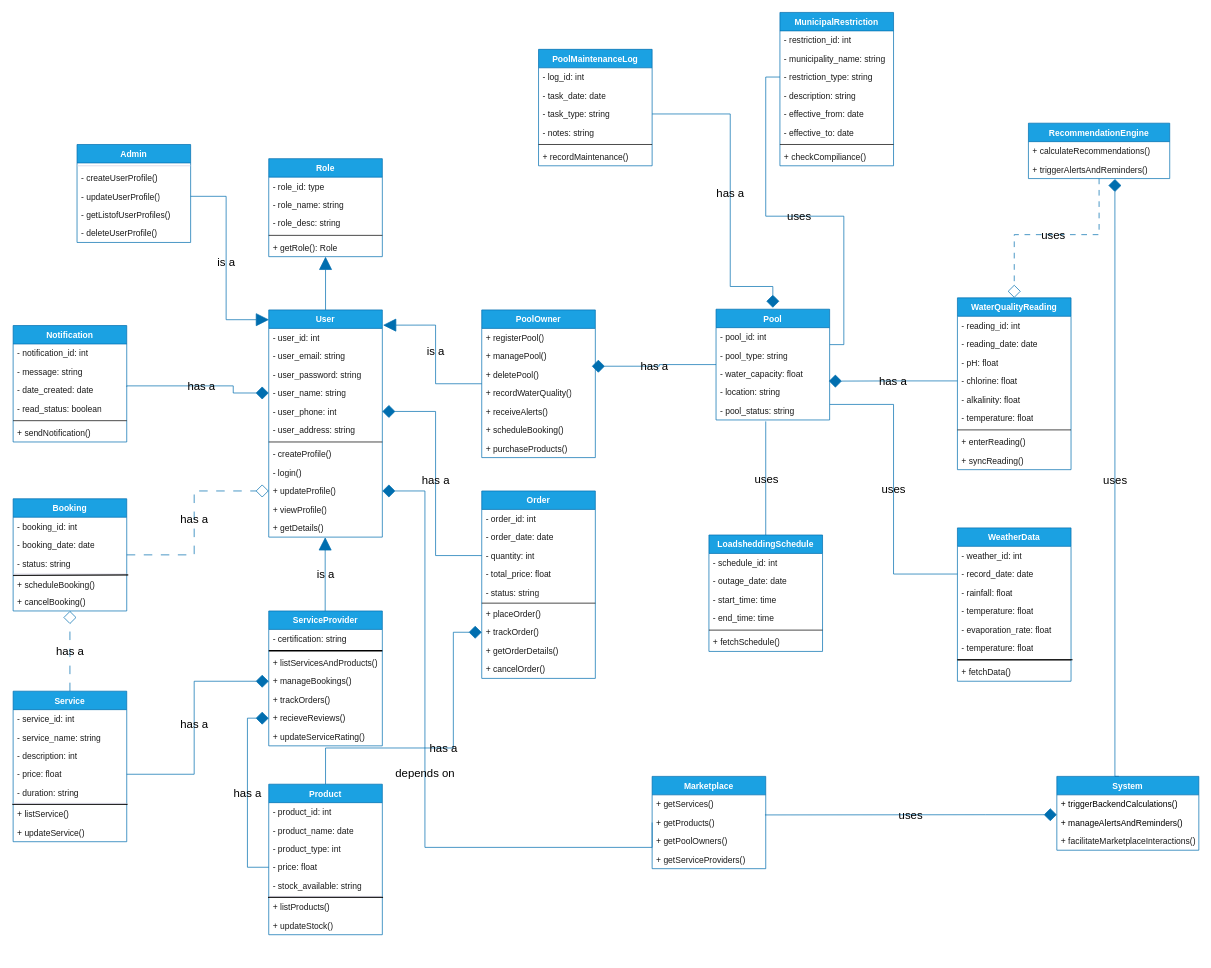
The draw.io diagram Design/UML Diagram - Copy.drawio in LRedpathZA/IT-Project, before the edit. Source tidied: cells renumbered, new cells numbered last; positions are measured from the earlier drawing's top-left corner, leaving out a move shared by most shapes. Both pictures are drawn from the tidied source at 71%, with x=0, y=0 at pixel (12, 12).
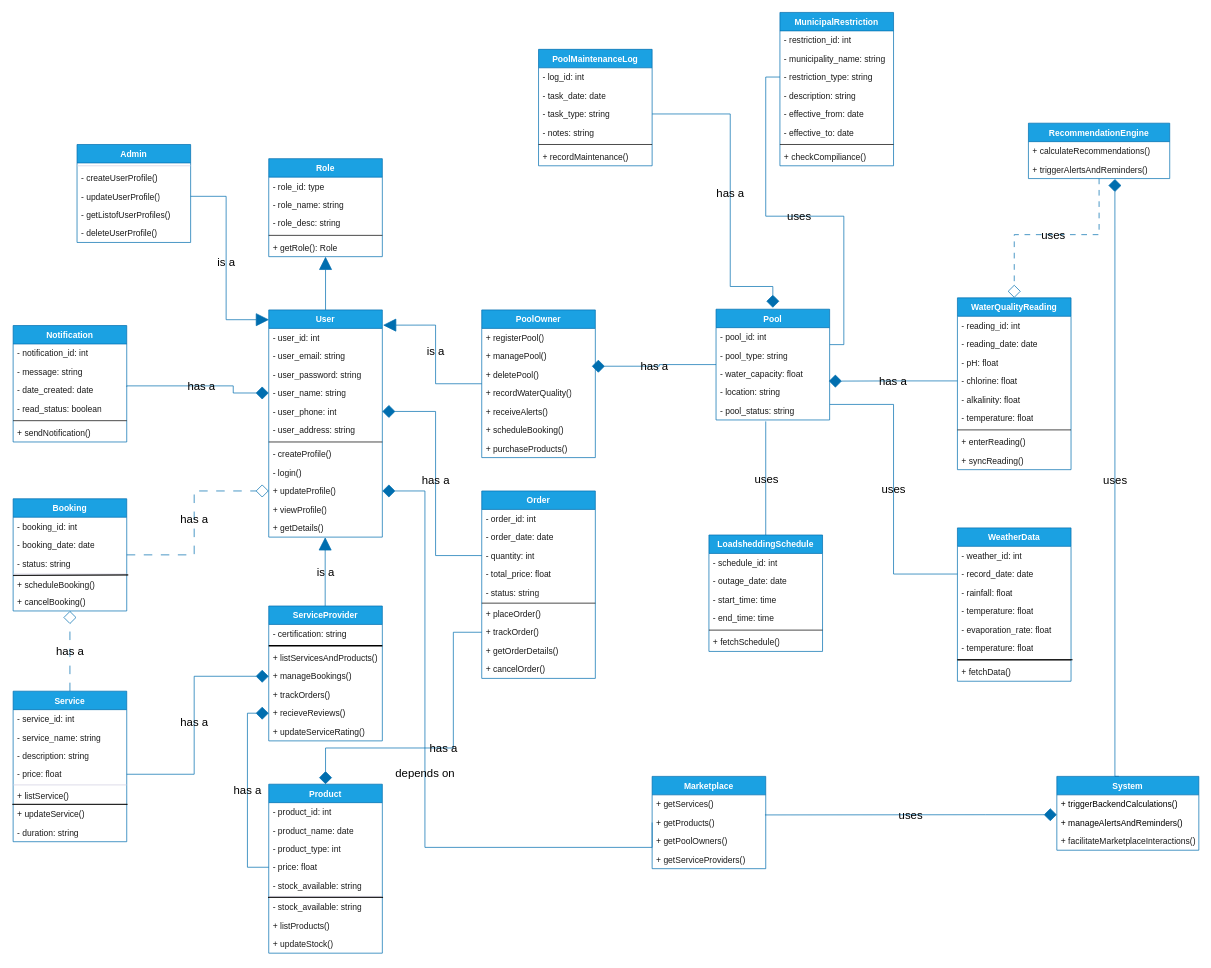
After the change.

Unchanged cells that the change refers to:
```xml
<mxCell id="125" value="+ trackOrder()" style="text;strokeColor=none;fillColor=none;align=left;verticalAlign=top;spacingLeft=4;spacingRight=4;overflow=hidden;points=[[0,0.5],[1,0.5]];portConstraint=eastwest;whiteSpace=wrap;html=1;labelBackgroundColor=none;fontColor=#1A1A1A;" parent="117" vertex="1">
  <mxGeometry y="186" width="160" height="26" as="geometry" />
</mxCell>
<mxCell id="140" value="Service" style="swimlane;fontStyle=1;align=center;verticalAlign=top;horizontal=1;startSize=26;whiteSpace=wrap;html=1;labelBackgroundColor=none;fillColor=#1ba1e2;strokeColor=#006EAF;fontColor=#ffffff;" parent="1" vertex="1">
  <mxGeometry x="1" y="956" width="160" height="212" as="geometry" />
</mxCell>
```

Diff of the diagram source:
```diff
@@
     <mxCell id="21" value="ServiceProvider" style="swimlane;fontStyle=1;align=center;verticalAlign=top;horizontal=1;startSize=26;whiteSpace=wrap;html=1;labelBackgroundColor=none;fillColor=#1ba1e2;strokeColor=#006EAF;fontColor=#ffffff;" parent="1" vertex="1">
-      <mxGeometry x="361" y="843" width="160" height="190" as="geometry" />
+      <mxGeometry x="361" y="836" width="160" height="190" as="geometry" />
     </mxCell>
@@
-    <mxCell id="128" value="has a" style="edgeStyle=orthogonalEdgeStyle;rounded=0;jettySize=auto;html=1;entryX=0;entryY=0.5;entryDx=0;entryDy=0;fontSize=16;startSize=16;endSize=16;endArrow=diamond;endFill=1;labelBackgroundColor=none;strokeColor=#006EAF;fontColor=default;fillColor=#1ba1e2;" parent="1" edge="1" source="129" target="125">
+    <mxCell id="128" value="has a" style="edgeStyle=orthogonalEdgeStyle;rounded=0;jettySize=auto;html=1;entryX=0;entryY=0.5;entryDx=0;entryDy=0;fontSize=16;startSize=16;endSize=16;endArrow=none;endFill=0;labelBackgroundColor=none;strokeColor=#006EAF;fontColor=default;fillColor=#1ba1e2;startArrow=diamond;startFill=1;" parent="1" edge="1" source="129" target="125">
       <mxGeometry relative="1" as="geometry">
         <Array as="points">
           <mxPoint x="441" y="1036" />
           <mxPoint x="621" y="1036" />
           <mxPoint x="621" y="873" />
         </Array>
       </mxGeometry>
     </mxCell>
     <mxCell id="129" value="Product" style="swimlane;fontStyle=1;align=center;verticalAlign=top;horizontal=1;startSize=26;whiteSpace=wrap;html=1;labelBackgroundColor=none;fillColor=#1ba1e2;strokeColor=#006EAF;fontColor=#ffffff;" parent="1" vertex="1">
-      <mxGeometry x="361" y="1087" width="160" height="212" as="geometry" />
+      <mxGeometry x="361" y="1087" width="160" height="238" as="geometry" />
     </mxCell>
@@
+    <mxCell id="171" value="- stock_available: string" style="text;strokeColor=none;fillColor=none;align=left;verticalAlign=top;spacingLeft=4;spacingRight=4;overflow=hidden;whiteSpace=wrap;html=1;labelBackgroundColor=none;fontColor=#1A1A1A;" parent="129" vertex="1">
+      <mxGeometry y="160" width="160" height="26" as="geometry" />
+    </mxCell>
@@
     <mxCell id="137" value="+ listProducts()" style="text;strokeColor=none;fillColor=none;align=left;verticalAlign=top;spacingLeft=4;spacingRight=4;overflow=hidden;whiteSpace=wrap;html=1;labelBackgroundColor=none;fontColor=#1A1A1A;" parent="129" vertex="1">
-      <mxGeometry y="160" width="160" height="26" as="geometry" />
+      <mxGeometry y="186" width="160" height="26" as="geometry" />
     </mxCell>
     <mxCell id="138" value="+ updateStock()" style="text;strokeColor=none;fillColor=none;align=left;verticalAlign=top;spacingLeft=4;spacingRight=4;overflow=hidden;whiteSpace=wrap;html=1;labelBackgroundColor=none;fontColor=#1A1A1A;" parent="129" vertex="1">
-      <mxGeometry y="186" width="160" height="26" as="geometry" />
+      <mxGeometry y="212" width="160" height="26" as="geometry" />
     </mxCell>
@@
-    <mxCell id="143" value="- description: int" style="text;strokeColor=none;fillColor=none;align=left;verticalAlign=top;spacingLeft=4;spacingRight=4;overflow=hidden;whiteSpace=wrap;html=1;labelBackgroundColor=none;fontColor=#1A1A1A;" parent="140" vertex="1">
+    <mxCell id="143" value="- description: string" style="text;strokeColor=none;fillColor=none;align=left;verticalAlign=top;spacingLeft=4;spacingRight=4;overflow=hidden;whiteSpace=wrap;html=1;labelBackgroundColor=none;fontColor=#1A1A1A;" parent="140" vertex="1">
       <mxGeometry y="78" width="160" height="26" as="geometry" />
     </mxCell>
@@
-    <mxCell id="145" value="- duration: string" style="text;strokeColor=none;fillColor=none;align=left;verticalAlign=top;spacingLeft=4;spacingRight=4;overflow=hidden;whiteSpace=wrap;html=1;labelBackgroundColor=none;fontColor=#1A1A1A;" parent="140" vertex="1">
-      <mxGeometry y="130" width="160" height="26" as="geometry" />
-    </mxCell>
@@
     <mxCell id="147" style="line;strokeWidth=1;fillColor=none;align=left;verticalAlign=middle;spacingTop=-1;spacingLeft=3;spacingRight=3;labelPosition=right;strokeColor=#D0CEE2;labelBackgroundColor=none;fontColor=#1A1A1A;" parent="140" vertex="1">
-      <mxGeometry y="156" width="160" height="4" as="geometry" />
+      <mxGeometry y="130" width="160" height="4" as="geometry" />
     </mxCell>
     <mxCell id="148" value="+ listService()" style="text;strokeColor=none;fillColor=none;align=left;verticalAlign=top;spacingLeft=4;spacingRight=4;overflow=hidden;whiteSpace=wrap;html=1;labelBackgroundColor=none;fontColor=#1A1A1A;" parent="140" vertex="1">
-      <mxGeometry y="160" width="160" height="26" as="geometry" />
+      <mxGeometry y="134" width="160" height="26" as="geometry" />
     </mxCell>
     <mxCell id="149" value="+ updateService()" style="text;strokeColor=none;fillColor=none;align=left;verticalAlign=top;spacingLeft=4;spacingRight=4;overflow=hidden;whiteSpace=wrap;html=1;labelBackgroundColor=none;fontColor=#1A1A1A;" parent="140" vertex="1">
-      <mxGeometry y="186" width="160" height="26" as="geometry" />
+      <mxGeometry y="160" width="160" height="26" as="geometry" />
     </mxCell>
+    <mxCell id="145" value="- duration: string" style="text;strokeColor=none;fillColor=none;align=left;verticalAlign=top;spacingLeft=4;spacingRight=4;overflow=hidden;whiteSpace=wrap;html=1;labelBackgroundColor=none;fontColor=#1A1A1A;" parent="140" vertex="1">
+      <mxGeometry y="186" width="160" height="26" as="geometry" />
+    </mxCell>
```
